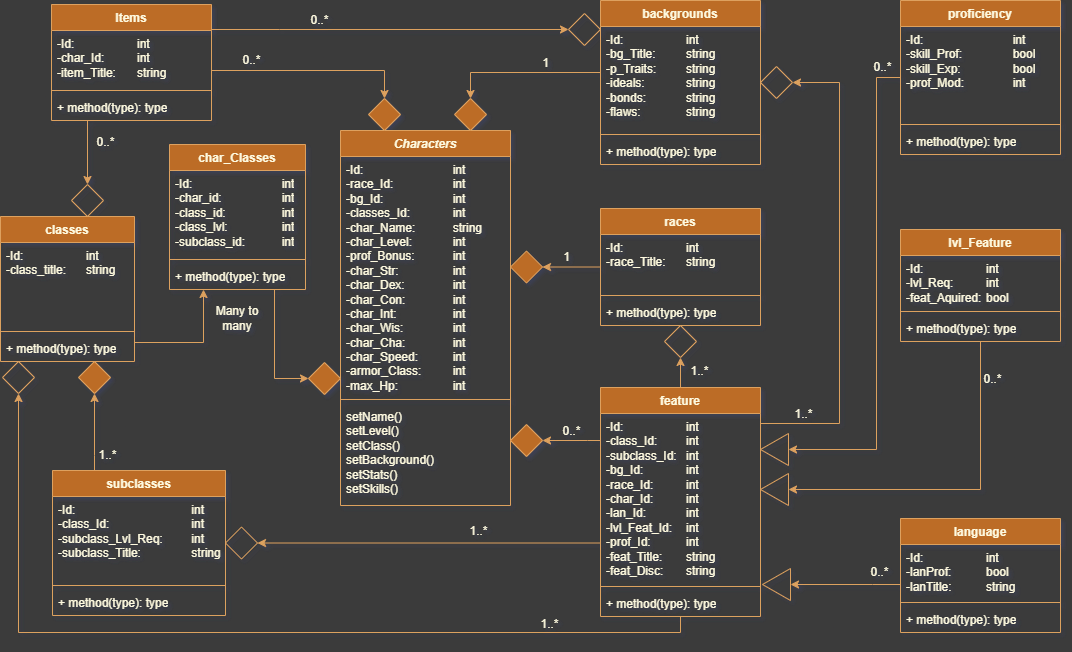
This is dndCharGen.png from RunaLea/characterGen, a draw.io export, as it was before one commit. Source tidied: cells renumbered, new cells last; positions are measured from the earlier drawing's top-left corner, leaving out a move shared by most shapes.
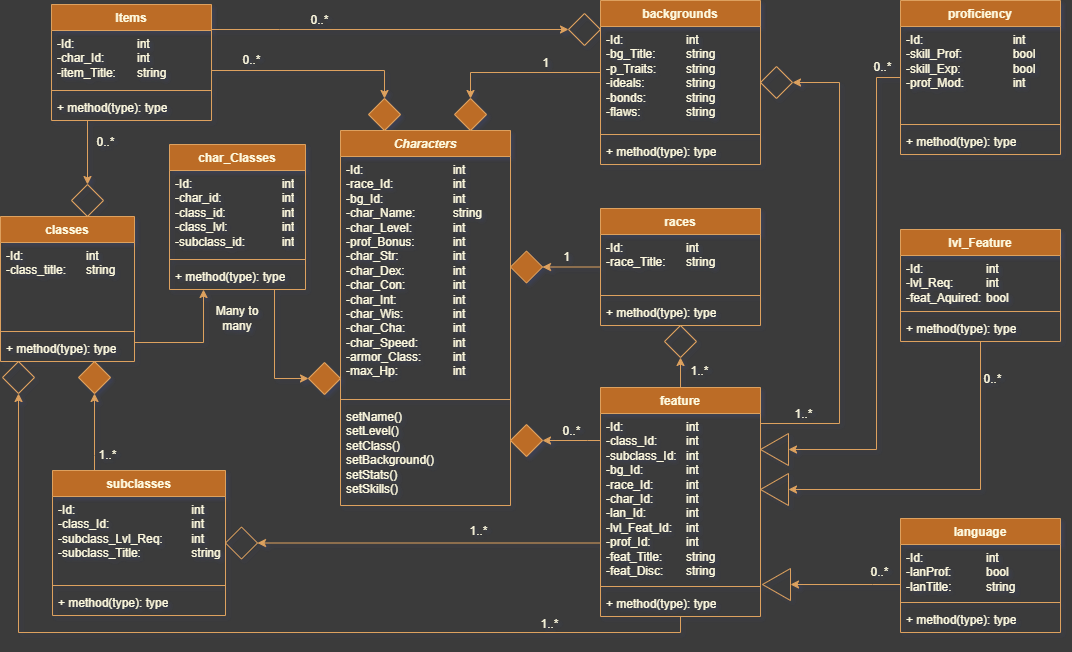
After the change.

Change to the diagram source:
```diff
@@ -5,7 +5,7 @@
     <mxCell id="2" value="&lt;i&gt;Characters&lt;/i&gt;" style="swimlane;fontStyle=1;align=center;verticalAlign=top;horizontal=1;startSize=26;whiteSpace=wrap;html=1;labelBackgroundColor=none;fillColor=#BC6C25;strokeColor=#DDA15E;fontColor=#FEFAE0;rounded=0;" parent="1" vertex="1">
       <mxGeometry x="340" y="130" width="170" height="375" as="geometry" />
     </mxCell>
-    <mxCell id="3" value="&lt;div&gt;-Id: &lt;span style=&quot;white-space: pre;&quot;&gt;&#9;&lt;span style=&quot;white-space: pre;&quot;&gt;&#9;&lt;/span&gt;&lt;/span&gt;&lt;span style=&quot;white-space: pre;&quot;&gt;&#9;&lt;/span&gt;&lt;span style=&quot;white-space: pre;&quot;&gt;&#9;&lt;/span&gt;int&lt;/div&gt;&lt;div&gt;-race_Id:&lt;span style=&quot;white-space: pre;&quot;&gt;&#9;&lt;/span&gt;&lt;span style=&quot;white-space: pre;&quot;&gt;&#9;&lt;/span&gt;&lt;span style=&quot;white-space: pre;&quot;&gt;&#9;&lt;/span&gt;int&lt;/div&gt;&lt;div&gt;-bg_Id:&lt;span style=&quot;white-space: pre;&quot;&gt;&#9;&lt;/span&gt;&lt;span style=&quot;white-space: pre;&quot;&gt;&#9;&lt;/span&gt;&lt;span style=&quot;white-space: pre;&quot;&gt;&#9;&lt;/span&gt;int&lt;/div&gt;&lt;div&gt;-classes_Id:&lt;span style=&quot;white-space: pre;&quot;&gt;&#9;&lt;/span&gt;&lt;span style=&quot;white-space: pre;&quot;&gt;&#9;&lt;/span&gt;int&lt;/div&gt;-char_Name: &lt;span style=&quot;white-space: pre;&quot;&gt;&#9;&lt;span style=&quot;white-space: pre;&quot;&gt;&#9;&lt;/span&gt;&lt;/span&gt;string&lt;div&gt;-char_Level: &lt;span style=&quot;white-space: pre;&quot;&gt;&#9;&lt;span style=&quot;white-space: pre;&quot;&gt;&#9;&lt;/span&gt;&lt;/span&gt;int&lt;/div&gt;&lt;div&gt;-prof_Bonus: &lt;span style=&quot;white-space: pre;&quot;&gt;&#9;&lt;/span&gt;&lt;span style=&quot;white-space: pre;&quot;&gt;&#9;&lt;/span&gt;int&lt;/div&gt;&lt;div&gt;-char_Str:&lt;span style=&quot;white-space: pre;&quot;&gt;&#9;&lt;/span&gt;&lt;span style=&quot;white-space: pre;&quot;&gt;&#9;&lt;/span&gt;int&lt;/div&gt;&lt;div&gt;-char_Dex:&lt;span style=&quot;white-space: pre;&quot;&gt;&#9;&lt;/span&gt;&lt;span style=&quot;white-space: pre;&quot;&gt;&#9;&lt;/span&gt;int&lt;/div&gt;&lt;div&gt;-char_Con: &lt;span style=&quot;white-space: pre;&quot;&gt;&#9;&lt;/span&gt;&lt;span style=&quot;white-space: pre;&quot;&gt;&#9;&lt;/span&gt;int&lt;/div&gt;&lt;div&gt;-char_Int:&lt;span style=&quot;white-space: pre;&quot;&gt;&#9;&lt;/span&gt;&lt;span style=&quot;white-space: pre;&quot;&gt;&#9;&lt;/span&gt;&lt;span style=&quot;white-space: pre;&quot;&gt;&#9;&lt;/span&gt;int&lt;/div&gt;&lt;div&gt;-char_Wis: &lt;span style=&quot;white-space: pre;&quot;&gt;&#9;&lt;/span&gt;&lt;span style=&quot;white-space: pre;&quot;&gt;&#9;&lt;/span&gt;int&lt;/div&gt;&lt;div&gt;-char_Cha: &lt;span style=&quot;white-space: pre;&quot;&gt;&#9;&lt;span style=&quot;white-space: pre;&quot;&gt;&#9;&lt;/span&gt;&lt;/span&gt;int&lt;/div&gt;&lt;div&gt;-char_Speed: &lt;span style=&quot;white-space: pre;&quot;&gt;&#9;&lt;/span&gt;&lt;span style=&quot;white-space: pre;&quot;&gt;&#9;&lt;/span&gt;int&lt;/div&gt;&lt;div&gt;-armor_Class: &lt;span style=&quot;white-space: pre;&quot;&gt;&#9;&lt;/span&gt;int&lt;/div&gt;&lt;div&gt;-max_Hp:&lt;span style=&quot;white-space: pre;&quot;&gt;&lt;span style=&quot;white-space: pre;&quot;&gt;&#9;&lt;/span&gt;&lt;span style=&quot;white-space: pre;&quot;&gt;&#9;&lt;/span&gt;&lt;/span&gt;int&lt;/div&gt;&lt;div&gt;&lt;br&gt;&lt;/div&gt;" style="text;strokeColor=none;fillColor=none;align=left;verticalAlign=top;spacingLeft=4;spacingRight=4;overflow=hidden;whiteSpace=wrap;html=1;labelBackgroundColor=none;fontColor=#FEFAE0;rounded=0;" parent="2" vertex="1">
+    <mxCell id="3" value="&lt;div&gt;-Id: &lt;span style=&quot;white-space: pre;&quot;&gt;&#9;&lt;span style=&quot;white-space: pre;&quot;&gt;&#9;&lt;/span&gt;&lt;/span&gt;&lt;span style=&quot;white-space: pre;&quot;&gt;&#9;&lt;/span&gt;&lt;span style=&quot;white-space: pre;&quot;&gt;&#9;&lt;/span&gt;int&lt;/div&gt;&lt;div&gt;-race_Id:&lt;span style=&quot;white-space: pre;&quot;&gt;&#9;&lt;/span&gt;&lt;span style=&quot;white-space: pre;&quot;&gt;&#9;&lt;/span&gt;&lt;span style=&quot;white-space: pre;&quot;&gt;&#9;&lt;/span&gt;int&lt;/div&gt;&lt;div&gt;-bg_Id:&lt;span style=&quot;white-space: pre;&quot;&gt;&#9;&lt;/span&gt;&lt;span style=&quot;white-space: pre;&quot;&gt;&#9;&lt;/span&gt;&lt;span style=&quot;white-space: pre;&quot;&gt;&#9;&lt;/span&gt;int&lt;/div&gt;-char_Name: &lt;span style=&quot;white-space: pre;&quot;&gt;&#9;&lt;span style=&quot;white-space: pre;&quot;&gt;&#9;&lt;/span&gt;&lt;/span&gt;string&lt;div&gt;-char_Level: &lt;span style=&quot;white-space: pre;&quot;&gt;&#9;&lt;span style=&quot;white-space: pre;&quot;&gt;&#9;&lt;/span&gt;&lt;/span&gt;int&lt;/div&gt;&lt;div&gt;-prof_Bonus: &lt;span style=&quot;white-space: pre;&quot;&gt;&#9;&lt;/span&gt;&lt;span style=&quot;white-space: pre;&quot;&gt;&#9;&lt;/span&gt;int&lt;/div&gt;&lt;div&gt;-char_Str:&lt;span style=&quot;white-space: pre;&quot;&gt;&#9;&lt;/span&gt;&lt;span style=&quot;white-space: pre;&quot;&gt;&#9;&lt;/span&gt;int&lt;/div&gt;&lt;div&gt;-char_Dex:&lt;span style=&quot;white-space: pre;&quot;&gt;&#9;&lt;/span&gt;&lt;span style=&quot;white-space: pre;&quot;&gt;&#9;&lt;/span&gt;int&lt;/div&gt;&lt;div&gt;-char_Con: &lt;span style=&quot;white-space: pre;&quot;&gt;&#9;&lt;/span&gt;&lt;span style=&quot;white-space: pre;&quot;&gt;&#9;&lt;/span&gt;int&lt;/div&gt;&lt;div&gt;-char_Int:&lt;span style=&quot;white-space: pre;&quot;&gt;&#9;&lt;/span&gt;&lt;span style=&quot;white-space: pre;&quot;&gt;&#9;&lt;/span&gt;&lt;span style=&quot;white-space: pre;&quot;&gt;&#9;&lt;/span&gt;int&lt;/div&gt;&lt;div&gt;-char_Wis: &lt;span style=&quot;white-space: pre;&quot;&gt;&#9;&lt;/span&gt;&lt;span style=&quot;white-space: pre;&quot;&gt;&#9;&lt;/span&gt;int&lt;/div&gt;&lt;div&gt;-char_Cha: &lt;span style=&quot;white-space: pre;&quot;&gt;&#9;&lt;span style=&quot;white-space: pre;&quot;&gt;&#9;&lt;/span&gt;&lt;/span&gt;int&lt;/div&gt;&lt;div&gt;-char_Speed: &lt;span style=&quot;white-space: pre;&quot;&gt;&#9;&lt;/span&gt;&lt;span style=&quot;white-space: pre;&quot;&gt;&#9;&lt;/span&gt;int&lt;/div&gt;&lt;div&gt;-armor_Class: &lt;span style=&quot;white-space: pre;&quot;&gt;&#9;&lt;/span&gt;int&lt;/div&gt;&lt;div&gt;-max_Hp:&lt;span style=&quot;white-space: pre;&quot;&gt;&lt;span style=&quot;white-space: pre;&quot;&gt;&#9;&lt;/span&gt;&lt;span style=&quot;white-space: pre;&quot;&gt;&#9;&lt;/span&gt;&lt;/span&gt;int&lt;/div&gt;&lt;div&gt;&lt;br&gt;&lt;/div&gt;" style="text;strokeColor=none;fillColor=none;align=left;verticalAlign=top;spacingLeft=4;spacingRight=4;overflow=hidden;whiteSpace=wrap;html=1;labelBackgroundColor=none;fontColor=#FEFAE0;rounded=0;" parent="2" vertex="1">
       <mxGeometry y="26" width="170" height="239" as="geometry" />
     </mxCell>
     <mxCell id="4" style="line;strokeWidth=1;fillColor=none;align=left;verticalAlign=middle;spacingTop=-1;spacingLeft=3;spacingRight=3;labelPosition=right;strokeColor=#DDA15E;labelBackgroundColor=none;fontColor=#FEFAE0;rounded=0;" parent="2" vertex="1">
```
